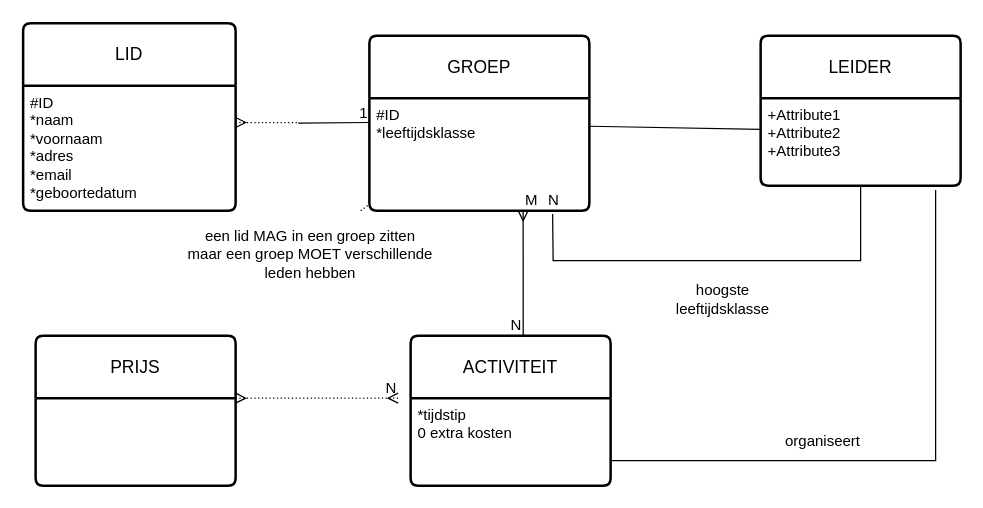
Earlier version of the draw.io diagram diagrams/Untitled Diagram.drawio (sounyatje/EHB_dataessentials1). Source tidied: cells renumbered, new cells numbered last; positions are measured from the earlier drawing's top-left corner, leaving out a move shared by most shapes. Both pictures are drawn from the tidied source at 125%, with x=0, y=0 at pixel (22, 22).
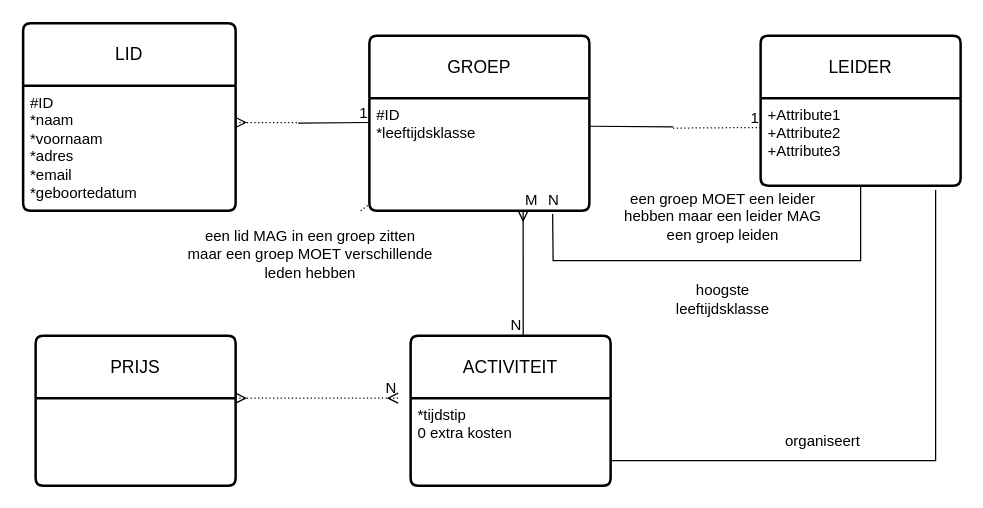
The same page after the edit.

The change refers to these unchanged cells:
```xml
<mxCell id="5" value="+Attribute1&#10;+Attribute2&#10;+Attribute3" style="align=left;strokeColor=none;fillColor=none;spacingLeft=4;spacingRight=4;fontSize=12;verticalAlign=top;html=1;whiteSpace=wrap;" parent="4" vertex="1">
  <mxGeometry y="50" width="160" height="70" as="geometry" />
</mxCell>
<mxCell id="14" value="#ID&lt;div&gt;*leeftijdsklasse&lt;/div&gt;" style="align=left;strokeColor=none;fillColor=none;spacingLeft=4;spacingRight=4;fontSize=12;verticalAlign=top;html=1;whiteSpace=wrap;" parent="13" vertex="1">
  <mxGeometry y="50" width="176" height="90" as="geometry" />
</mxCell>
```

Diff of the diagram source:
```diff
@@
-    <mxCell id="9" style="endArrow=none;html=1;rounded=0;exitX=1;exitY=0.25;exitDx=0;exitDy=0;entryX=0;entryY=0.357;entryDx=0;entryDy=0;entryPerimeter=0;" parent="1" edge="1" source="14" target="5">
-      <mxGeometry relative="1" as="geometry" />
+    <mxCell id="9" style="endArrow=none;html=1;rounded=0;exitX=1;exitY=0.25;exitDx=0;exitDy=0;" parent="1" edge="1" source="14">
+      <mxGeometry relative="1" as="geometry">
+        <mxPoint x="520" y="83" as="targetPoint" />
+      </mxGeometry>
     </mxCell>
@@
+    <mxCell id="28" style="endArrow=none;html=1;rounded=0;dashed=1;dashPattern=1 2;" parent="1" edge="1">
+      <mxGeometry relative="1" as="geometry">
+        <mxPoint x="520" y="84" as="sourcePoint" />
+        <mxPoint x="590" y="83.5" as="targetPoint" />
+      </mxGeometry>
+    </mxCell>
+    <mxCell id="29" value="1" style="html=1;whiteSpace=wrap;align=right;verticalAlign=bottom;" parent="28" vertex="1">
+      <mxGeometry x="1" relative="1" as="geometry" />
+    </mxCell>
+    <mxCell id="30" value="een groep MOET een leider hebben maar een leider MAG een groep leiden" style="text;html=1;whiteSpace=wrap;strokeColor=none;fillColor=none;align=center;verticalAlign=middle;rounded=0;" parent="1" vertex="1">
+      <mxGeometry x="475" y="140" width="170" height="30" as="geometry" />
+    </mxCell>
```
